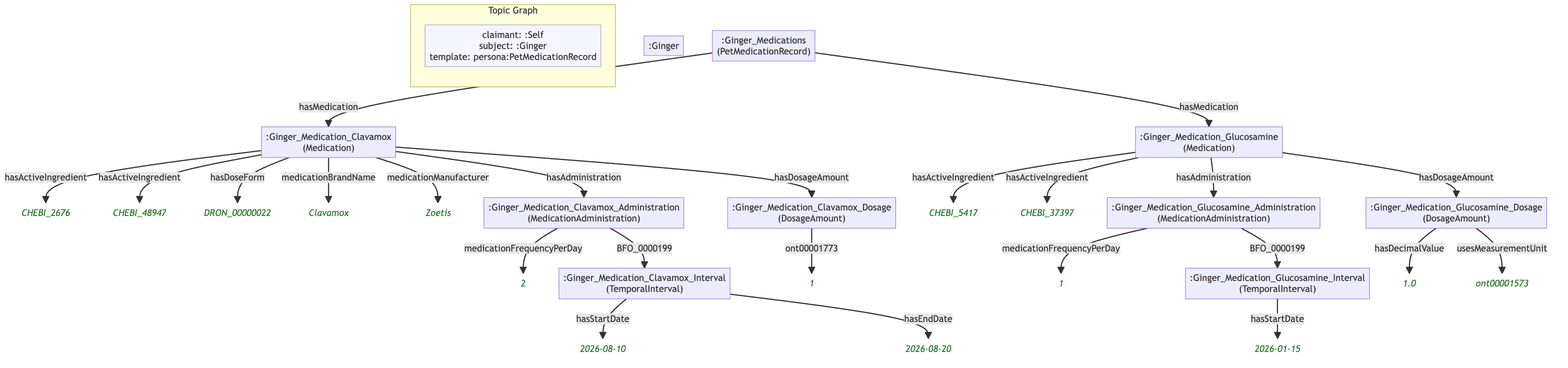
Above: example/graphs/images/graph-32.png in MeeFoundation/mia-ontologies (Mermaid), before the change. Its source is kept beside it as example/graphs/images/graph-32.mmd.
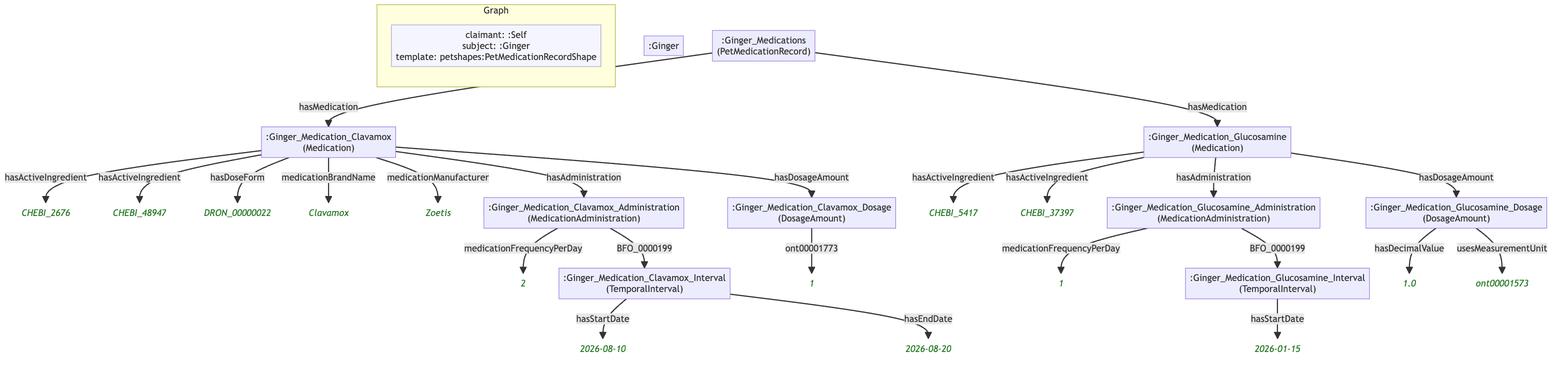
The same file after the commit.

Diff of the diagram source:
```diff
@@ -4,54 +4,54 @@
     classDef lit    fill:none,stroke:none,font-style:italic,color:#2a7a2a
     classDef meta   fill:#f5f5ff,stroke:#9999cc,color:#333
 
-    subgraph ctx["Topic Graph"]
+    subgraph ctx["Graph"]
         direction LR
-        ctx_meta["claimant: :Self\nsubject: :Ginger\ntemplate: persona:PetMedicationRecord"]:::meta
+        ctx_meta["claimant: :Self\nsubject: :Ginger\ntemplate: petshapes:PetMedicationRecordShape"]:::meta
     end
 
     nd44f902e3f9e[":Ginger"]
     n522e3529c773[":Ginger_Medication_Clavamox\n(Medication)"]
-    n1817514e9f7f("CHEBI_2676"):::lit
-    n96a3aff4af7b("CHEBI_48947"):::lit
-    n0417dac36b57("DRON_00000022"):::lit
-    n3dfec799d850("Clavamox"):::lit
-    n7aa6ef22271b("Zoetis"):::lit
+    n70ec3204b597("CHEBI_2676"):::lit
+    n0fec13ce0d41("CHEBI_48947"):::lit
+    n7f5f56257aba("DRON_00000022"):::lit
+    n0c2855e4586d("Clavamox"):::lit
+    n2fef7c6b8836("Zoetis"):::lit
     n6b826f98f918[":Ginger_Medication_Clavamox_Dosage\n(DosageAmount)"]
     n75117782fc2d[":Ginger_Medication_Clavamox_Administration\n(MedicationAdministration)"]
-    n3edc5079d20f("2"):::lit
+    n9e255f126aaf("2"):::lit
     n320d619d95a3[":Ginger_Medication_Clavamox_Interval\n(TemporalInterval)"]
     n6ee0b95a3459("1"):::lit
     n48e84d834332("2026-08-10"):::lit
     nc1a46c35d155("2026-08-20"):::lit
     n97a2a6cd305a[":Ginger_Medication_Glucosamine\n(Medication)"]
-    n643769e22cff("CHEBI_5417"):::lit
-    n5c4fb9d5ba85("CHEBI_37397"):::lit
+    n932da3a6ec3f("CHEBI_5417"):::lit
+    nd3ced5c39e91("CHEBI_37397"):::lit
     n036f964ddb0b[":Ginger_Medication_Glucosamine_Dosage\n(DosageAmount)"]
     nde20efbb3d82[":Ginger_Medication_Glucosamine_Administration\n(MedicationAdministration)"]
-    ndb5e1b60fd7e("1"):::lit
+    nd31babbf8a3c("1"):::lit
     n52641b9e32d5[":Ginger_Medication_Glucosamine_Interval\n(TemporalInterval)"]
     n9392c085e74f("1.0"):::lit
     n38a7a21dfdb5("ont00001573"):::lit
     n83b5896f04dc("2026-01-15"):::lit
     n6dd6d267adfc[":Ginger_Medications\n(PetMedicationRecord)"]
 
-    n522e3529c773 -->|"hasActiveIngredient"| n1817514e9f7f
-    n522e3529c773 -->|"hasActiveIngredient"| n96a3aff4af7b
-    n522e3529c773 -->|"hasDoseForm"| n0417dac36b57
-    n522e3529c773 -->|"medicationBrandName"| n3dfec799d850
-    n522e3529c773 -->|"medicationManufacturer"| n7aa6ef22271b
+    n522e3529c773 -->|"hasActiveIngredient"| n70ec3204b597
+    n522e3529c773 -->|"hasActiveIngredient"| n0fec13ce0d41
+    n522e3529c773 -->|"hasDoseForm"| n7f5f56257aba
+    n522e3529c773 -->|"medicationBrandName"| n0c2855e4586d
+    n522e3529c773 -->|"medicationManufacturer"| n2fef7c6b8836
     n522e3529c773 -->|"hasDosageAmount"| n6b826f98f918
     n522e3529c773 -->|"hasAdministration"| n75117782fc2d
-    n75117782fc2d -->|"medicationFrequencyPerDay"| n3edc5079d20f
+    n75117782fc2d -->|"medicationFrequencyPerDay"| n9e255f126aaf
     n75117782fc2d -->|"BFO_0000199"| n320d619d95a3
     n6b826f98f918 -->|"ont00001773"| n6ee0b95a3459
     n320d619d95a3 -->|"hasStartDate"| n48e84d834332
     n320d619d95a3 -->|"hasEndDate"| nc1a46c35d155
-    n97a2a6cd305a -->|"hasActiveIngredient"| n643769e22cff
-    n97a2a6cd305a -->|"hasActiveIngredient"| n5c4fb9d5ba85
+    n97a2a6cd305a -->|"hasActiveIngredient"| n932da3a6ec3f
+    n97a2a6cd305a -->|"hasActiveIngredient"| nd3ced5c39e91
     n97a2a6cd305a -->|"hasDosageAmount"| n036f964ddb0b
     n97a2a6cd305a -->|"hasAdministration"| nde20efbb3d82
-    nde20efbb3d82 -->|"medicationFrequencyPerDay"| ndb5e1b60fd7e
+    nde20efbb3d82 -->|"medicationFrequencyPerDay"| nd31babbf8a3c
     nde20efbb3d82 -->|"BFO_0000199"| n52641b9e32d5
     n036f964ddb0b -->|"hasDecimalValue"| n9392c085e74f
     n036f964ddb0b -->|"usesMeasurementUnit"| n38a7a21dfdb5
```
